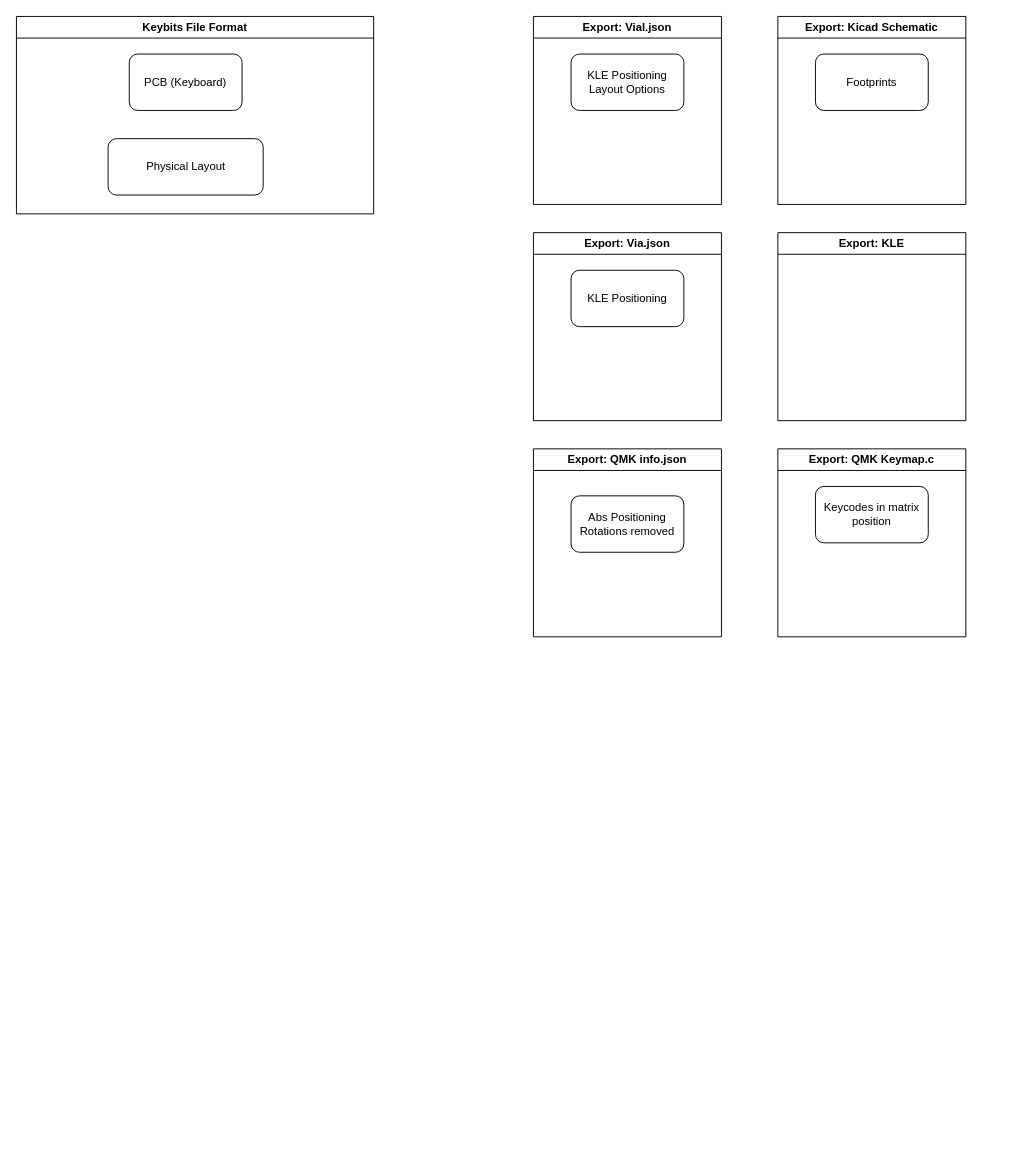
Above: keybits.drawio in DamSenViet/keybits-js (draw.io), before the change. Source tidied: cells renumbered, new cells numbered last; positions are measured from the earlier drawing's top-left corner, leaving out a move shared by most shapes. Both pictures are drawn from the tidied source at 94%, with x=0, y=0 at pixel (16, 16).
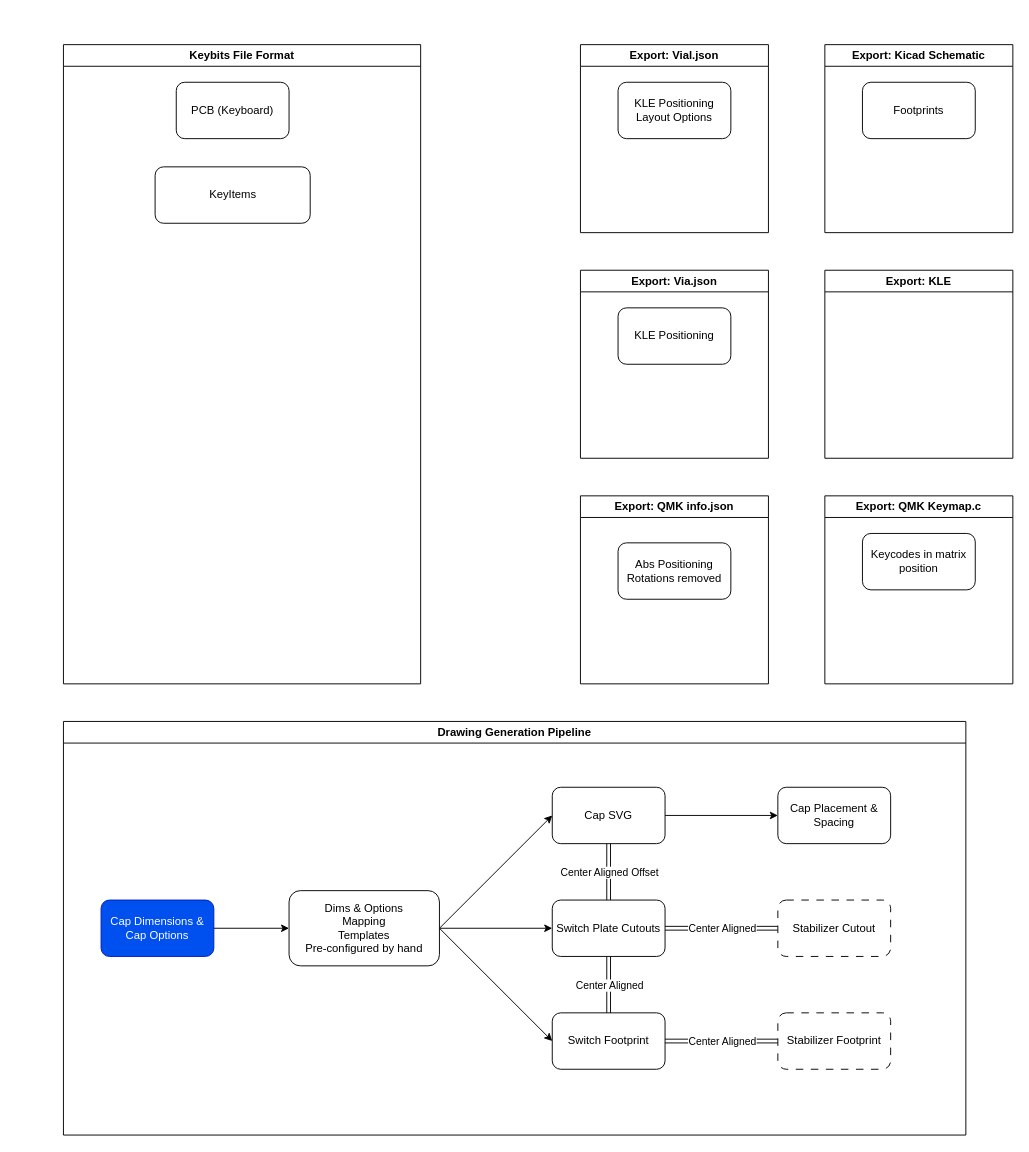
The same page after the edit.

Commit message:
chore: drawio - update drawing gen pipeline

What changed in the source:
```diff
@@
     <mxCell id="2" value="Keybits File Format" style="swimlane;whiteSpace=wrap;html=1;" parent="1" vertex="1">
-      <mxGeometry width="380" height="210" as="geometry" />
+      <mxGeometry x="50" y="30" width="380" height="680" as="geometry" />
     </mxCell>
@@
-    <mxCell id="4" value="Physical Layout" style="rounded=1;whiteSpace=wrap;html=1;perimeterSpacing=30;" parent="2" vertex="1">
+    <mxCell id="4" value="KeyItems" style="rounded=1;whiteSpace=wrap;html=1;perimeterSpacing=30;" parent="2" vertex="1">
       <mxGeometry x="97.5" y="130" width="165" height="60" as="geometry" />
     </mxCell>
     <mxCell id="5" value="Export: Vial.json" style="swimlane;whiteSpace=wrap;html=1;" parent="1" vertex="1">
-      <mxGeometry x="550" width="200" height="200" as="geometry" />
+      <mxGeometry x="600" y="30" width="200" height="200" as="geometry" />
     </mxCell>
@@
     <mxCell id="7" value="Export: Via.json" style="swimlane;whiteSpace=wrap;html=1;" parent="1" vertex="1">
-      <mxGeometry x="550" y="230" width="200" height="200" as="geometry" />
+      <mxGeometry x="600" y="270" width="200" height="200" as="geometry" />
     </mxCell>
@@
     <mxCell id="9" value="Export: QMK info.json" style="swimlane;whiteSpace=wrap;html=1;" parent="1" vertex="1">
-      <mxGeometry x="550" y="460" width="200" height="200" as="geometry" />
+      <mxGeometry x="600" y="510" width="200" height="200" as="geometry" />
     </mxCell>
@@
     <mxCell id="11" value="Export: Kicad Schematic" style="swimlane;whiteSpace=wrap;html=1;" parent="1" vertex="1">
-      <mxGeometry x="810" width="200" height="200" as="geometry" />
+      <mxGeometry x="860" y="30" width="200" height="200" as="geometry" />
     </mxCell>
@@
     <mxCell id="13" value="Export: QMK Keymap.c" style="swimlane;whiteSpace=wrap;html=1;" parent="1" vertex="1">
-      <mxGeometry x="810" y="460" width="200" height="200" as="geometry" />
+      <mxGeometry x="860" y="510" width="200" height="200" as="geometry" />
     </mxCell>
@@
     <mxCell id="15" value="Export: KLE" style="swimlane;whiteSpace=wrap;html=1;" parent="1" vertex="1">
-      <mxGeometry x="810" y="230" width="200" height="200" as="geometry" />
+      <mxGeometry x="860" y="270" width="200" height="200" as="geometry" />
     </mxCell>
+    <mxCell id="16" value="Drawing Generation Pipeline" style="swimlane;" parent="1" vertex="1">
+      <mxGeometry x="50" y="750" width="960" height="440" as="geometry" />
+    </mxCell>
+    <mxCell id="17" style="edgeStyle=none;html=1;entryX=0;entryY=0.5;entryDx=0;entryDy=0;exitX=1;exitY=0.5;exitDx=0;exitDy=0;" parent="16" edge="1" source="37" target="20">
+      <mxGeometry relative="1" as="geometry" />
+    </mxCell>
+    <mxCell id="18" value="Cap Dimensions &amp;amp;&lt;br&gt;Cap Options" style="rounded=1;whiteSpace=wrap;html=1;fillColor=#0050ef;fontColor=#ffffff;strokeColor=#001DBC;" parent="16" vertex="1">
+      <mxGeometry x="40" y="190" width="120" height="60" as="geometry" />
+    </mxCell>
+    <mxCell id="19" style="edgeStyle=none;html=1;entryX=0;entryY=0.5;entryDx=0;entryDy=0;" parent="16" edge="1" source="20" target="22">
+      <mxGeometry relative="1" as="geometry" />
+    </mxCell>
+    <mxCell id="20" value="Cap SVG" style="rounded=1;whiteSpace=wrap;html=1;" parent="16" vertex="1">
+      <mxGeometry x="520" y="70" width="120" height="60" as="geometry" />
+    </mxCell>
+    <mxCell id="21" value="Switch Plate Cutouts" style="rounded=1;whiteSpace=wrap;html=1;" parent="16" vertex="1">
+      <mxGeometry x="520" y="190" width="120" height="60" as="geometry" />
+    </mxCell>
+    <mxCell id="22" value="Cap Placement &amp;amp;&lt;br&gt;Spacing" style="rounded=1;whiteSpace=wrap;html=1;" parent="16" vertex="1">
+      <mxGeometry x="760" y="70" width="120" height="60" as="geometry" />
+    </mxCell>
+    <mxCell id="23" value="Switch Footprint" style="rounded=1;whiteSpace=wrap;html=1;" parent="16" vertex="1">
+      <mxGeometry x="520" y="310" width="120" height="60" as="geometry" />
+    </mxCell>
+    <mxCell id="24" style="endArrow=classic;html=1;exitX=0.5;exitY=1;exitDx=0;exitDy=0;entryX=0.5;entryY=0;entryDx=0;entryDy=0;shape=link;" parent="16" edge="1" source="21" target="23">
+      <mxGeometry relative="1" as="geometry" />
+    </mxCell>
+    <mxCell id="25" value="Center Aligned" style="edgeLabel;html=1;align=center;verticalAlign=middle;" parent="24" vertex="1">
+      <mxGeometry relative="1" as="geometry" />
+    </mxCell>
+    <mxCell id="26" style="endArrow=classic;html=1;exitX=0.5;exitY=1;exitDx=0;exitDy=0;entryX=0.5;entryY=0;entryDx=0;entryDy=0;shape=link;" parent="16" edge="1" source="20" target="21">
+      <mxGeometry relative="1" as="geometry" />
+    </mxCell>
+    <mxCell id="27" value="Center Aligned Offset" style="edgeLabel;html=1;align=center;verticalAlign=middle;" parent="26" vertex="1">
+      <mxGeometry relative="1" as="geometry" />
+    </mxCell>
+    <mxCell id="28" value="Stabilizer Footprint" style="rounded=1;whiteSpace=wrap;html=1;dashed=1;dashPattern=8 8;" parent="16" vertex="1">
+      <mxGeometry x="760" y="310" width="120" height="60" as="geometry" />
+    </mxCell>
+    <mxCell id="29" value="Stabilizer Cutout" style="rounded=1;whiteSpace=wrap;html=1;dashed=1;dashPattern=8 8;" parent="16" vertex="1">
+      <mxGeometry x="760" y="190" width="120" height="60" as="geometry" />
+    </mxCell>
+    <mxCell id="30" style="endArrow=classic;html=1;exitX=1;exitY=0.5;exitDx=0;exitDy=0;entryX=0;entryY=0.5;entryDx=0;entryDy=0;shape=link;" parent="16" edge="1" source="21" target="29">
+      <mxGeometry relative="1" as="geometry" />
+    </mxCell>
+    <mxCell id="31" value="Center Aligned" style="edgeLabel;html=1;align=center;verticalAlign=middle;" parent="30" vertex="1">
+      <mxGeometry relative="1" as="geometry" />
+    </mxCell>
+    <mxCell id="32" style="endArrow=classic;html=1;exitX=1;exitY=0.5;exitDx=0;exitDy=0;entryX=0;entryY=0.5;entryDx=0;entryDy=0;shape=link;" parent="16" edge="1" source="23" target="28">
+      <mxGeometry relative="1" as="geometry" />
+    </mxCell>
+    <mxCell id="33" value="Center Aligned" style="edgeLabel;html=1;align=center;verticalAlign=middle;" parent="32" vertex="1">
+      <mxGeometry relative="1" as="geometry" />
+    </mxCell>
+    <mxCell id="34" style="endArrow=classic;html=1;exitX=1;exitY=0.5;exitDx=0;exitDy=0;entryX=0;entryY=0.5;entryDx=0;entryDy=0;" parent="16" edge="1" source="18" target="37">
+      <mxGeometry relative="1" as="geometry" />
+    </mxCell>
+    <mxCell id="35" style="endArrow=classic;html=1;exitX=1;exitY=0.5;exitDx=0;exitDy=0;entryX=0;entryY=0.5;entryDx=0;entryDy=0;" parent="16" edge="1" source="37" target="23">
+      <mxGeometry relative="1" as="geometry" />
+    </mxCell>
+    <mxCell id="36" style="edgeStyle=none;html=1;exitX=1;exitY=0.5;exitDx=0;exitDy=0;entryX=0;entryY=0.5;entryDx=0;entryDy=0;" parent="16" edge="1" source="37" target="21">
+      <mxGeometry relative="1" as="geometry" />
+    </mxCell>
+    <mxCell id="37" value="Dims &amp;amp; Options&lt;br&gt;Mapping&lt;br&gt;Templates&lt;br&gt;Pre-configured by hand" style="rounded=1;whiteSpace=wrap;html=1;" parent="16" vertex="1">
+      <mxGeometry x="240" y="180" width="160" height="80" as="geometry" />
+    </mxCell>
```
